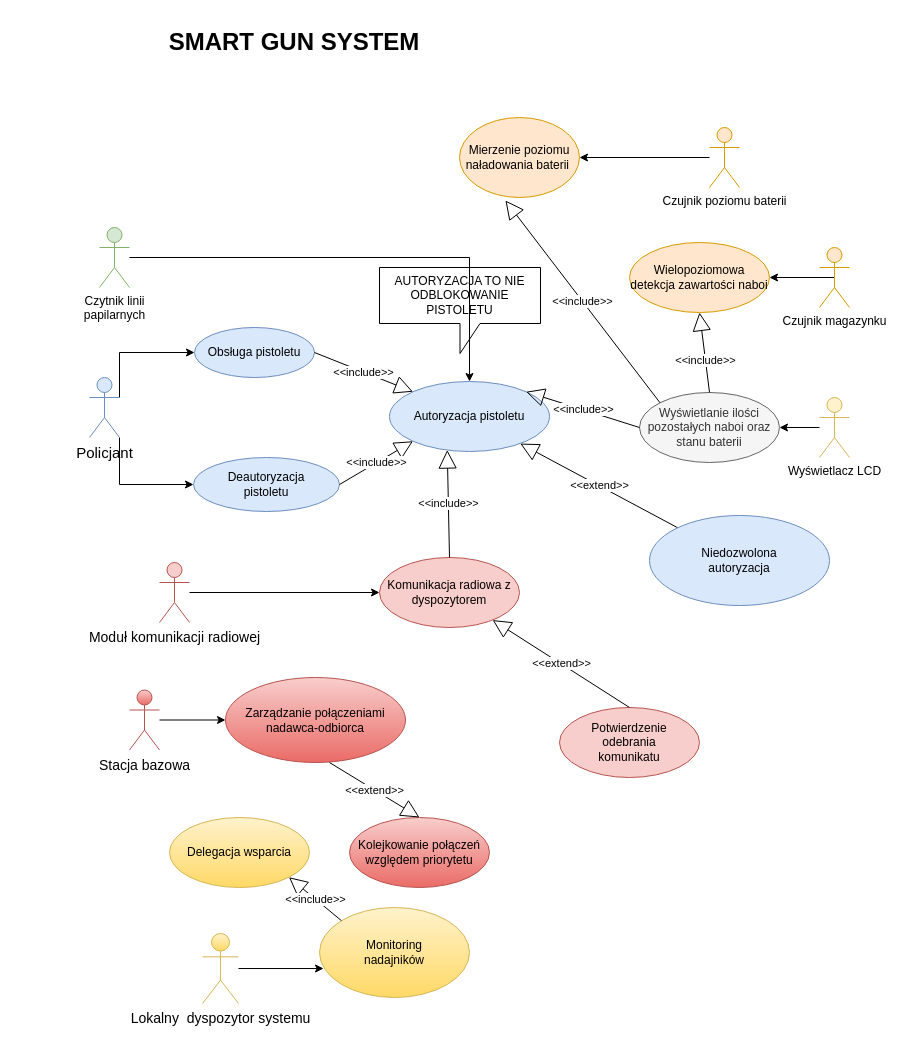
Earlier version of the draw.io diagram smart_gun.drawio (mardyr/UML-and-diagrams). Source tidied: cells renumbered, new cells numbered last; positions are measured from the earlier drawing's top-left corner, leaving out a move shared by most shapes. Both pictures are drawn from the tidied source at 100%, with x=0, y=0 at pixel (89, 17).
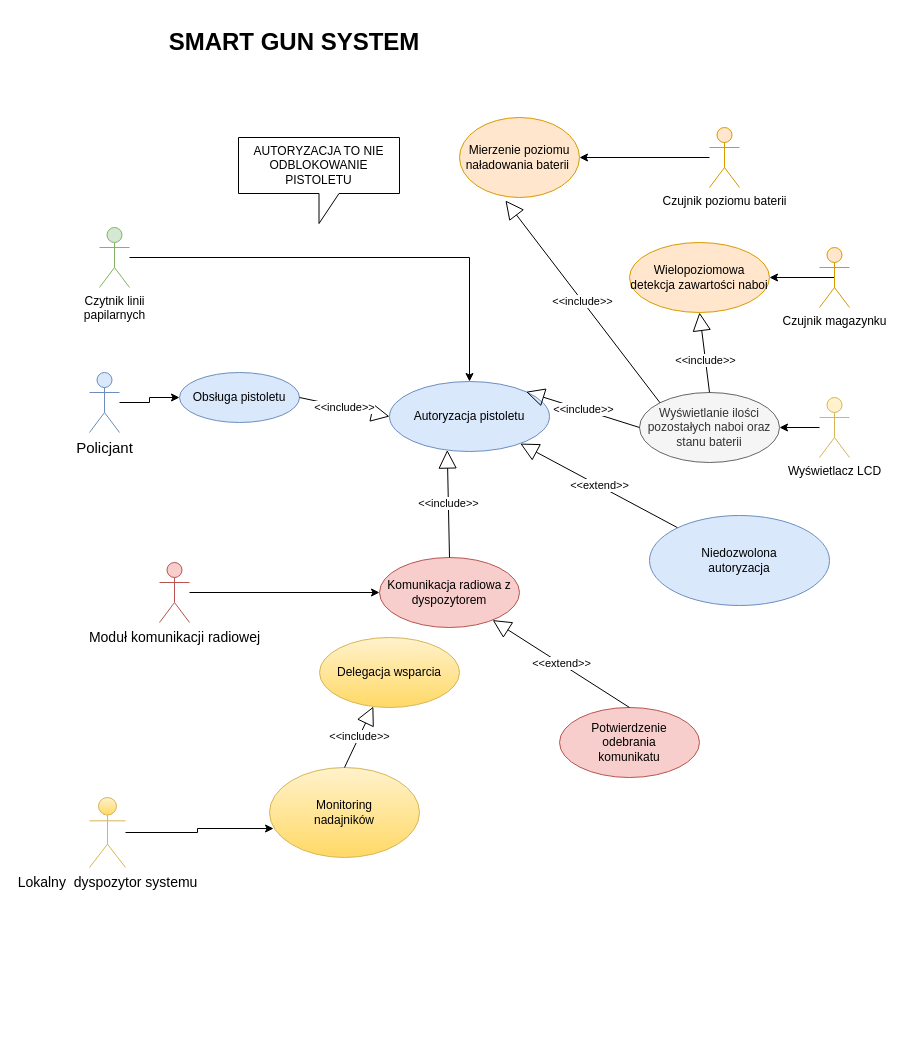
Above is the later version.

Unchanged cells that the change refers to:
```xml
<mxCell id="7" value="Autoryzacja pistoletu" style="ellipse;whiteSpace=wrap;html=1;fillColor=#dae8fc;strokeColor=#6c8ebf;" parent="1" vertex="1">
  <mxGeometry x="300" y="364" width="160" height="70" as="geometry" />
</mxCell>
```

Change to the diagram source:
```diff
@@
-    <mxCell id="3" style="edgeStyle=orthogonalEdgeStyle;rounded=0;jettySize=auto;html=1;entryX=0;entryY=0.5;entryDx=0;entryDy=0;exitX=1;exitY=0.3333333333333333;exitDx=0;exitDy=0;exitPerimeter=0;" parent="1" edge="1" source="5" target="6">
-      <mxGeometry relative="1" as="geometry">
-        <Array as="points">
-          <mxPoint x="30" y="335" />
-        </Array>
-      </mxGeometry>
+    <mxCell id="3" style="edgeStyle=orthogonalEdgeStyle;rounded=0;jettySize=auto;html=1;entryX=0;entryY=0.5;entryDx=0;entryDy=0;" parent="1" edge="1" source="5" target="6">
+      <mxGeometry relative="1" as="geometry" />
     </mxCell>
-    <mxCell id="4" style="edgeStyle=orthogonalEdgeStyle;rounded=0;jettySize=auto;html=1;exitX=1;exitY=1;exitDx=0;exitDy=0;exitPerimeter=0;entryX=0;entryY=0.5;entryDx=0;entryDy=0;" parent="1" edge="1" source="5" target="17">
-      <mxGeometry relative="1" as="geometry" />
-    </mxCell>
     <mxCell id="5" value="&lt;font style=&quot;font-size: 15px&quot;&gt;Policjant&lt;/font&gt;" style="shape=umlActor;verticalLabelPosition=bottom;verticalAlign=top;html=1;outlineConnect=0;fillColor=#dae8fc;strokeColor=#6c8ebf;" parent="1" vertex="1">
-      <mxGeometry y="360" width="30" height="60" as="geometry" />
+      <mxGeometry y="355" width="30" height="60" as="geometry" />
     </mxCell>
     <mxCell id="6" value="Obsługa pistoletu" style="ellipse;whiteSpace=wrap;html=1;fillColor=#dae8fc;strokeColor=#6c8ebf;" parent="1" vertex="1">
-      <mxGeometry x="105" y="310" width="120" height="50" as="geometry" />
+      <mxGeometry x="90" y="355" width="120" height="50" as="geometry" />
     </mxCell>
@@
-    <mxCell id="8" value="&amp;lt;&amp;lt;include&amp;gt;&amp;gt;" style="endArrow=block;endSize=16;endFill=0;html=1;entryX=0;entryY=0;entryDx=0;entryDy=0;exitX=1;exitY=0.5;exitDx=0;exitDy=0;" parent="1" edge="1" source="6" target="7">
+    <mxCell id="8" value="&amp;lt;&amp;lt;include&amp;gt;&amp;gt;" style="endArrow=block;endSize=16;endFill=0;html=1;entryX=0;entryY=0.5;entryDx=0;entryDy=0;exitX=1;exitY=0.5;exitDx=0;exitDy=0;" parent="1" edge="1" source="6" target="7">
       <mxGeometry relative="1" as="geometry" />
     </mxCell>
@@
     <mxCell id="12" value="&lt;font style=&quot;font-size: 14px&quot;&gt;Lokalny&amp;nbsp; dyspozytor systemu&lt;/font&gt;" style="shape=umlActor;verticalLabelPosition=bottom;verticalAlign=top;html=1;gradientColor=#ffd966;fillColor=#fff2cc;strokeColor=#d6b656;" parent="1" vertex="1">
-      <mxGeometry x="113" y="916" width="36" height="70" as="geometry" />
+      <mxGeometry y="780" width="36" height="70" as="geometry" />
     </mxCell>
@@
-    <mxCell id="17" value="&lt;div&gt;Deautoryzacja &lt;br&gt;&lt;/div&gt;&lt;div&gt;pistoletu&lt;br&gt;&lt;/div&gt;" style="ellipse;whiteSpace=wrap;html=1;fillColor=#dae8fc;strokeColor=#6c8ebf;" parent="1" vertex="1">
-      <mxGeometry x="104" y="440" width="146" height="54" as="geometry" />
-    </mxCell>
-    <mxCell id="18" value="&amp;lt;&amp;lt;include&amp;gt;&amp;gt;" style="endArrow=block;endSize=16;endFill=0;html=1;entryX=0;entryY=1;entryDx=0;entryDy=0;exitX=1;exitY=0.5;exitDx=0;exitDy=0;" parent="1" edge="1" source="17" target="7">
-      <mxGeometry relative="1" as="geometry" />
-    </mxCell>
@@
     <mxCell id="26" value="&lt;div&gt;Monitoring &lt;br&gt;&lt;/div&gt;&lt;div&gt;nadajników&lt;br&gt;&lt;/div&gt;" style="ellipse;whiteSpace=wrap;html=1;gradientColor=#ffd966;fillColor=#fff2cc;strokeColor=#d6b656;" parent="1" vertex="1">
-      <mxGeometry x="230" y="890" width="150" height="90" as="geometry" />
+      <mxGeometry x="180" y="750" width="150" height="90" as="geometry" />
     </mxCell>
     <mxCell id="27" value="Delegacja wsparcia" style="ellipse;whiteSpace=wrap;html=1;gradientColor=#ffd966;fillColor=#fff2cc;strokeColor=#d6b656;" parent="1" vertex="1">
-      <mxGeometry x="80" y="800" width="140" height="70" as="geometry" />
+      <mxGeometry x="230" y="620" width="140" height="70" as="geometry" />
     </mxCell>
-    <mxCell id="28" value="&amp;lt;&amp;lt;include&amp;gt;&amp;gt;" style="endArrow=block;endSize=16;endFill=0;html=1;entryX=1;entryY=1;entryDx=0;entryDy=0;exitX=0;exitY=0;exitDx=0;exitDy=0;" parent="1" edge="1" source="26" target="27">
+    <mxCell id="28" value="&amp;lt;&amp;lt;include&amp;gt;&amp;gt;" style="endArrow=block;endSize=16;endFill=0;html=1;exitX=0.5;exitY=0;exitDx=0;exitDy=0;" parent="1" edge="1" source="26" target="27">
       <mxGeometry relative="1" as="geometry" />
     </mxCell>
-    <mxCell id="29" style="edgeStyle=orthogonalEdgeStyle;rounded=0;jettySize=auto;html=1;entryX=0;entryY=0.5;entryDx=0;entryDy=0;" parent="1" edge="1" source="30" target="31">
-      <mxGeometry relative="1" as="geometry" />
-    </mxCell>
-    <mxCell id="30" value="&lt;font style=&quot;font-size: 14px&quot;&gt;Stacja bazowa&lt;/font&gt;" style="shape=umlActor;verticalLabelPosition=bottom;verticalAlign=top;html=1;outlineConnect=0;gradientColor=#ea6b66;fillColor=#f8cecc;strokeColor=#b85450;" parent="1" vertex="1">
-      <mxGeometry x="40" y="672.5" width="30" height="60" as="geometry" />
-    </mxCell>
-    <mxCell id="31" value="&lt;div&gt;Zarządzanie połączeniami&lt;/div&gt;&lt;div&gt;nadawca-odbiorca&lt;br&gt;&lt;/div&gt;" style="ellipse;whiteSpace=wrap;html=1;gradientColor=#ea6b66;fillColor=#f8cecc;strokeColor=#b85450;" parent="1" vertex="1">
-      <mxGeometry x="136" y="660" width="180" height="85" as="geometry" />
-    </mxCell>
-    <mxCell id="32" value="&lt;div&gt;Kolejkowanie połączeń &lt;br&gt;&lt;/div&gt;&lt;div&gt;względem priorytetu&lt;br&gt;&lt;/div&gt;" style="ellipse;whiteSpace=wrap;html=1;gradientColor=#ea6b66;fillColor=#f8cecc;strokeColor=#b85450;" parent="1" vertex="1">
-      <mxGeometry x="260" y="800" width="140" height="70" as="geometry" />
-    </mxCell>
@@
     <mxCell id="38" value="AUTORYZACJA TO NIE ODBLOKOWANIE PISTOLETU" style="shape=callout;whiteSpace=wrap;html=1;perimeter=calloutPerimeter;" parent="1" vertex="1">
-      <mxGeometry x="290" y="250" width="161" height="86" as="geometry" />
+      <mxGeometry x="149" y="120" width="161" height="86" as="geometry" />
     </mxCell>
-    <mxCell id="39" value="&amp;lt;&amp;lt;extend&amp;gt;&amp;gt;" style="endArrow=block;endSize=16;endFill=0;html=1;exitX=0.5;exitY=0;exitDx=0;exitDy=0;entryX=0.5;entryY=0;entryDx=0;entryDy=0;" parent="1" edge="1" target="32">
-      <mxGeometry relative="1" as="geometry">
-        <mxPoint x="240" y="745" as="sourcePoint" />
-      </mxGeometry>
-    </mxCell>
```
